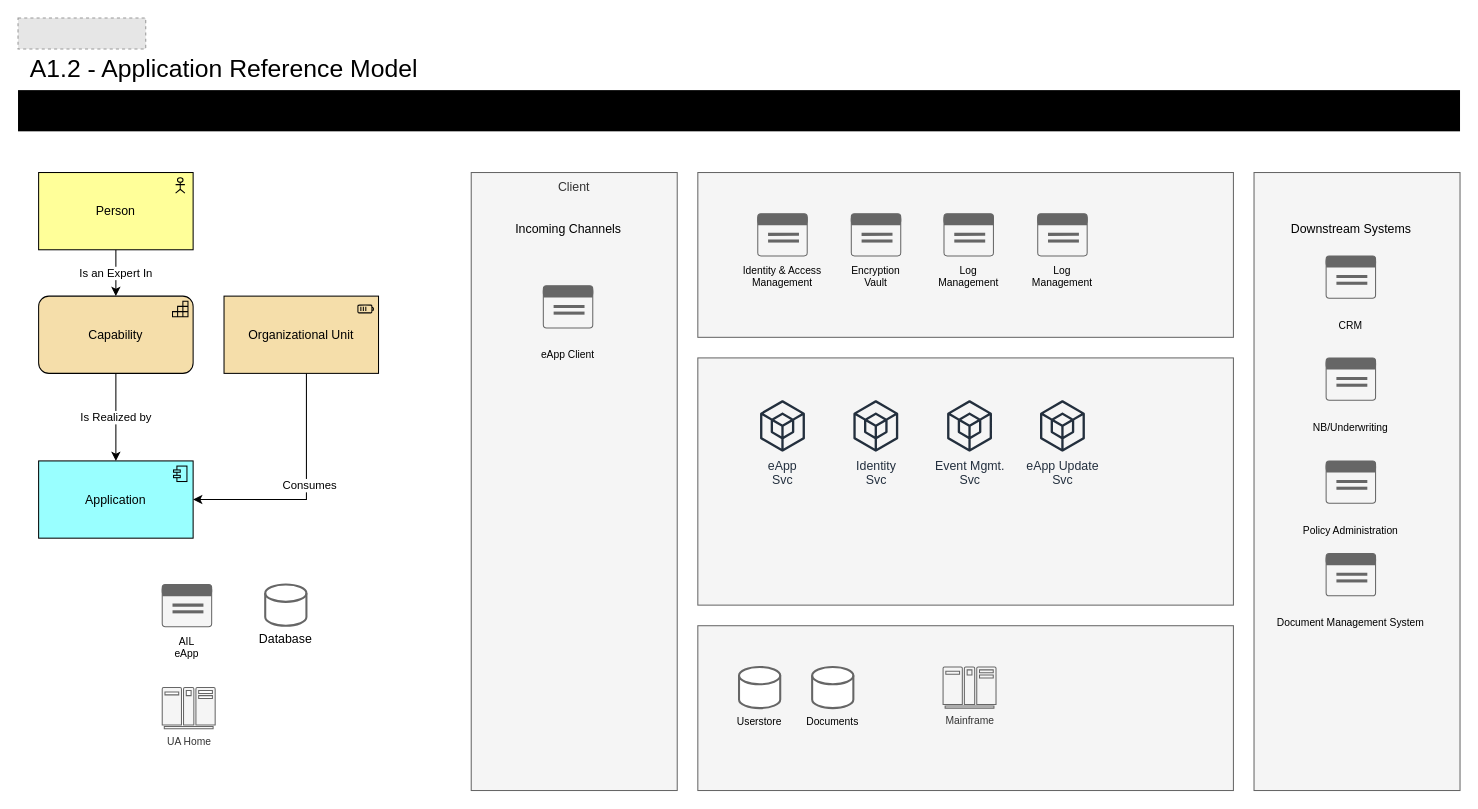
darrellcbrown/architecture-diagrams keeps this draw.io diagram as page "CE3" (5 of 11) of A1.2_ApplicationReferenceModel.drawio. Above is the earlier version. Source tidied: cells renumbered, new cells numbered last; positions are measured from the earlier drawing's top-left corner, leaving out a move shared by most shapes. Both pictures are drawn from the tidied source at 103%, with x=0, y=0 at pixel (18, 18). Pictures stored in the file or linked from it are replaced by grey dashed boxes.
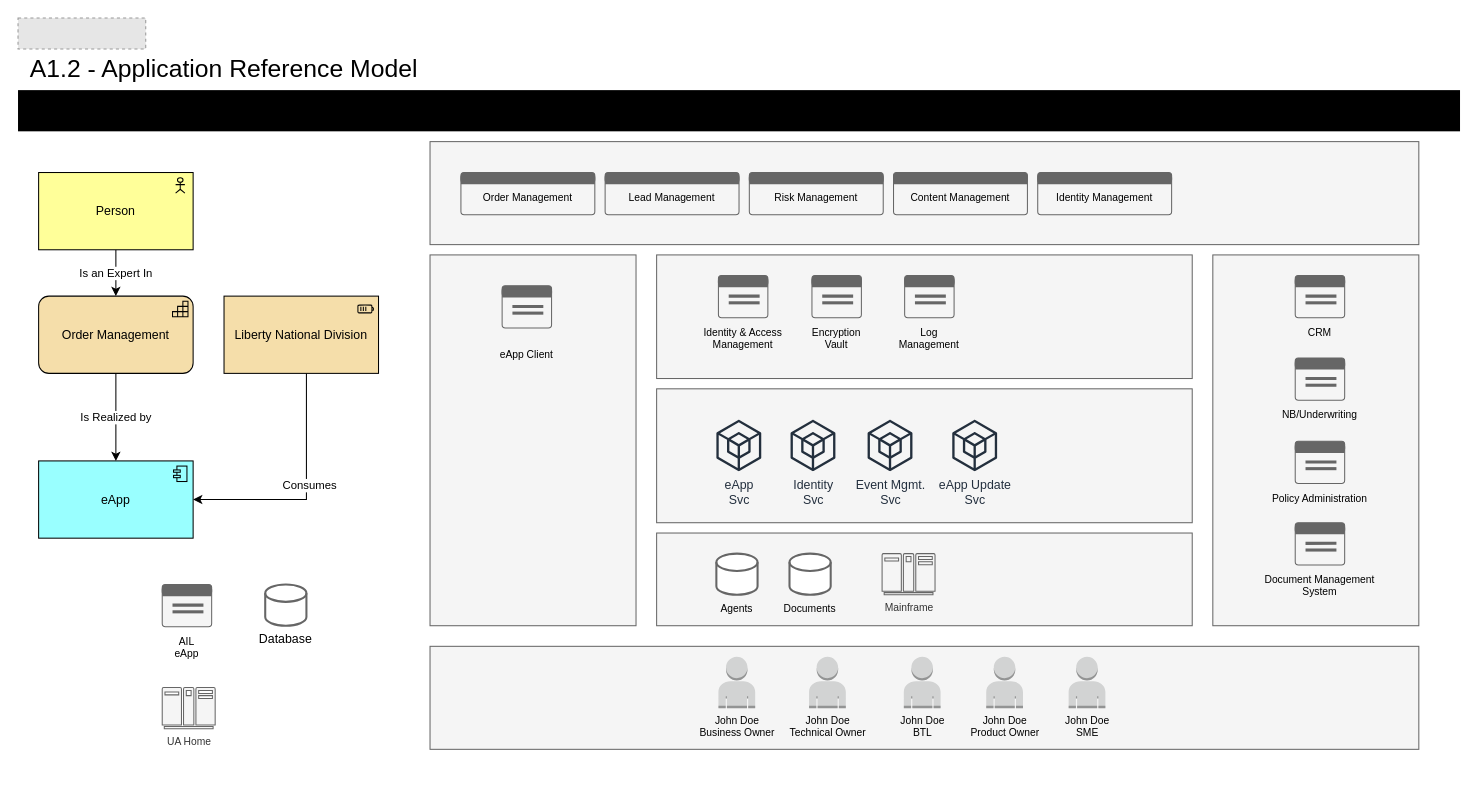
The same diagram, later.

Diff of the diagram source:
```diff
@@
-    <mxCell id="8" value="Capability" style="html=1;outlineConnect=0;whiteSpace=wrap;fillColor=#F5DEAA;shape=mxgraph.archimate3.application;appType=capability;archiType=rounded;" parent="5" vertex="1">
+    <mxCell id="8" value="Order Management" style="html=1;outlineConnect=0;whiteSpace=wrap;fillColor=#F5DEAA;shape=mxgraph.archimate3.application;appType=capability;archiType=rounded;" parent="5" vertex="1">
       <mxGeometry x="20" y="270" width="150" height="75" as="geometry" />
     </mxCell>
-    <mxCell id="9" value="Application" style="html=1;outlineConnect=0;whiteSpace=wrap;fillColor=#99ffff;shape=mxgraph.archimate3.application;appType=comp;archiType=square;" parent="5" vertex="1">
+    <mxCell id="9" value="eApp" style="html=1;outlineConnect=0;whiteSpace=wrap;fillColor=#99ffff;shape=mxgraph.archimate3.application;appType=comp;archiType=square;" parent="5" vertex="1">
       <mxGeometry x="20" y="430" width="150" height="75" as="geometry" />
     </mxCell>
@@
-    <mxCell id="11" value="Organizational Unit" style="html=1;outlineConnect=0;whiteSpace=wrap;fillColor=#F5DEAA;shape=mxgraph.archimate3.application;appType=resource;archiType=square;" parent="5" vertex="1">
+    <mxCell id="11" value="Liberty National Division" style="html=1;outlineConnect=0;whiteSpace=wrap;fillColor=#F5DEAA;shape=mxgraph.archimate3.application;appType=resource;archiType=square;" parent="5" vertex="1">
       <mxGeometry x="200" y="270" width="150" height="75" as="geometry" />
     </mxCell>
@@
-    <mxCell id="13" value="Client" style="rounded=0;whiteSpace=wrap;html=1;fillColor=#f5f5f5;fontColor=#333333;strokeColor=#666666;verticalAlign=top;" parent="5" vertex="1">
-      <mxGeometry x="440" y="150" width="200" height="600" as="geometry" />
+    <mxCell id="13" style="rounded=0;whiteSpace=wrap;html=1;fillColor=#f5f5f5;fontColor=#333333;strokeColor=#666666;verticalAlign=top;" parent="5" vertex="1">
+      <mxGeometry x="400" y="230" width="200" height="360" as="geometry" />
     </mxCell>
     <mxCell id="14" style="rounded=0;whiteSpace=wrap;html=1;fillColor=#f5f5f5;fontColor=#333333;strokeColor=#666666;" parent="5" vertex="1">
-      <mxGeometry x="660" y="150" width="520" height="160" as="geometry" />
+      <mxGeometry x="620" y="230" width="520" height="120" as="geometry" />
     </mxCell>
     <mxCell id="15" style="rounded=0;whiteSpace=wrap;html=1;fillColor=#f5f5f5;fontColor=#333333;strokeColor=#666666;" parent="5" vertex="1">
-      <mxGeometry x="1200" y="150" width="200" height="600" as="geometry" />
+      <mxGeometry x="1160" y="230" width="200" height="360" as="geometry" />
     </mxCell>
     <mxCell id="16" style="rounded=0;whiteSpace=wrap;html=1;fillColor=#f5f5f5;fontColor=#333333;strokeColor=#666666;" parent="5" vertex="1">
-      <mxGeometry x="660" y="330" width="520" height="240" as="geometry" />
+      <mxGeometry x="620" y="360" width="520" height="130" as="geometry" />
     </mxCell>
     <mxCell id="17" style="rounded=0;whiteSpace=wrap;html=1;fillColor=#f5f5f5;fontColor=#333333;strokeColor=#666666;" parent="5" vertex="1">
-      <mxGeometry x="660" y="590" width="520" height="160" as="geometry" />
+      <mxGeometry x="620" y="500" width="520" height="90" as="geometry" />
     </mxCell>
@@
     <mxCell id="19" value="eApp Client" style="group;verticalAlign=bottom;spacingBottom=-35;fontSize=10;" parent="18" vertex="1">
-      <mxGeometry x="510" y="260" width="48" height="41" as="geometry" />
+      <mxGeometry x="470" y="260" width="48" height="41" as="geometry" />
     </mxCell>
@@
-    <mxCell id="25" value="Userstore" style="shape=cylinder3;whiteSpace=wrap;html=1;boundedLbl=1;backgroundOutline=1;size=8.41379310344837;strokeWidth=2;strokeColor=#666666;verticalAlign=bottom;spacingBottom=-25;fontSize=10;" parent="18" vertex="1">
-      <mxGeometry x="700" y="630" width="40" height="40" as="geometry" />
+    <mxCell id="25" value="Agents" style="shape=cylinder3;whiteSpace=wrap;html=1;boundedLbl=1;backgroundOutline=1;size=8.41379310344837;strokeWidth=2;strokeColor=#666666;verticalAlign=bottom;spacingBottom=-25;fontSize=10;" parent="18" vertex="1">
+      <mxGeometry x="678" y="520" width="40" height="40" as="geometry" />
     </mxCell>
@@
     <mxCell id="34" value="Mainframe" style="sketch=0;shadow=0;dashed=0;html=1;strokeColor=#666666;fillColor=#f5f5f5;labelPosition=center;verticalLabelPosition=bottom;verticalAlign=top;align=center;shape=mxgraph.office.servers.mainframe;fontColor=#333333;fontSize=10;spacingBottom=0;spacingRight=0;" parent="18" vertex="1">
-      <mxGeometry x="898.1" y="630" width="51.4" height="40" as="geometry" />
+      <mxGeometry x="838.9" y="520" width="51.4" height="40" as="geometry" />
     </mxCell>
     <mxCell id="35" value="eApp&lt;br&gt;Svc" style="sketch=0;fontColor=#232F3E;gradientColor=none;fillColor=#232F3D;strokeColor=none;dashed=0;verticalLabelPosition=bottom;verticalAlign=top;align=center;html=1;fontSize=12;fontStyle=0;shape=mxgraph.aws4.external_sdk;" parent="18" vertex="1">
-      <mxGeometry x="720.4" y="371" width="43.6" height="50" as="geometry" />
+      <mxGeometry x="678" y="390" width="43.6" height="50" as="geometry" />
     </mxCell>
-    <mxCell id="36" value="CRM" style="group;verticalAlign=bottom;spacingBottom=-35;fontSize=10;" parent="18" vertex="1">
-      <mxGeometry x="1270" y="231" width="48" height="41" as="geometry" />
+    <mxCell id="36" value="CRM&#10;" style="group;verticalAlign=bottom;spacingBottom=-35;fontSize=10;" parent="18" vertex="1">
+      <mxGeometry x="1240" y="250" width="48" height="41" as="geometry" />
     </mxCell>
@@
-    <mxCell id="42" value="NB/Underwriting" style="group;verticalAlign=bottom;spacingBottom=-35;fontSize=10;" parent="18" vertex="1">
-      <mxGeometry x="1270" y="330" width="48" height="41" as="geometry" />
+    <mxCell id="42" value="NB/Underwriting&#10;" style="group;verticalAlign=bottom;spacingBottom=-35;fontSize=10;" parent="18" vertex="1">
+      <mxGeometry x="1240" y="330" width="48" height="41" as="geometry" />
     </mxCell>
@@
-    <mxCell id="48" value="Policy Administration" style="group;verticalAlign=bottom;spacingBottom=-35;fontSize=10;" parent="18" vertex="1">
-      <mxGeometry x="1270" y="430" width="48" height="41" as="geometry" />
+    <mxCell id="48" value="Policy Administration&#10;" style="group;verticalAlign=bottom;spacingBottom=-35;fontSize=10;" parent="18" vertex="1">
+      <mxGeometry x="1240" y="411" width="48" height="41" as="geometry" />
     </mxCell>
@@
-    <mxCell id="54" value="Document Management System" style="group;verticalAlign=bottom;spacingBottom=-35;fontSize=10;" parent="18" vertex="1">
-      <mxGeometry x="1270" y="520" width="48" height="41" as="geometry" />
+    <mxCell id="54" value="Document Management&#10;System" style="group;verticalAlign=bottom;spacingBottom=-35;fontSize=10;" parent="18" vertex="1">
+      <mxGeometry x="1240" y="490" width="48" height="41" as="geometry" />
     </mxCell>
@@
     <mxCell id="60" value="Identity&lt;br&gt;Svc" style="sketch=0;fontColor=#232F3E;gradientColor=none;fillColor=#232F3D;strokeColor=none;dashed=0;verticalLabelPosition=bottom;verticalAlign=top;align=center;html=1;fontSize=12;fontStyle=0;shape=mxgraph.aws4.external_sdk;" parent="18" vertex="1">
-      <mxGeometry x="811" y="371" width="43.6" height="50" as="geometry" />
+      <mxGeometry x="750" y="390" width="43.6" height="50" as="geometry" />
     </mxCell>
-    <mxCell id="61" value="Downstream Systems" style="text;html=1;align=center;verticalAlign=middle;strokeColor=none;fillColor=none;" parent="18" vertex="1">
-      <mxGeometry x="1224" y="190" width="140" height="30" as="geometry" />
-    </mxCell>
-    <mxCell id="62" value="Incoming Channels" style="text;html=1;align=center;verticalAlign=middle;strokeColor=none;fillColor=none;" parent="18" vertex="1">
-      <mxGeometry x="469" y="190" width="130" height="30" as="geometry" />
-    </mxCell>
     <mxCell id="63" value="Identity &amp; Access&#10;Management" style="group;verticalAlign=bottom;spacingBottom=-35;fontSize=10;" parent="18" vertex="1">
-      <mxGeometry x="718.2" y="190" width="48" height="41" as="geometry" />
+      <mxGeometry x="680" y="250" width="48" height="41" as="geometry" />
     </mxCell>
@@
     <mxCell id="69" value="Encryption&#10;Vault" style="group;verticalAlign=bottom;spacingBottom=-35;fontSize=10;" parent="18" vertex="1">
-      <mxGeometry x="809" y="190" width="48" height="41" as="geometry" />
+      <mxGeometry x="770.8" y="250" width="48" height="41" as="geometry" />
     </mxCell>
@@
     <mxCell id="75" value="Log&#10;Management" style="group;verticalAlign=bottom;spacingBottom=-35;fontSize=10;" parent="18" vertex="1">
-      <mxGeometry x="899" y="190" width="48" height="41" as="geometry" />
+      <mxGeometry x="860.8" y="250" width="48" height="41" as="geometry" />
     </mxCell>
@@
-    <mxCell id="81" value="Log&#10;Management" style="group;verticalAlign=bottom;spacingBottom=-35;fontSize=10;" parent="18" vertex="1">
-      <mxGeometry x="990" y="190" width="48" height="41" as="geometry" />
-    </mxCell>
-    <mxCell id="82" style="rounded=1;whiteSpace=wrap;html=1;fillColor=#f5f5f5;fontColor=#333333;strokeColor=#666666;arcSize=8;" parent="81" vertex="1">
-      <mxGeometry y="2" width="48" height="39" as="geometry" />
-    </mxCell>
-    <mxCell id="83" style="rounded=1;whiteSpace=wrap;html=1;fillColor=#666666;fontColor=#333333;strokeColor=#666666;arcSize=29;" parent="81" vertex="1">
-      <mxGeometry width="48" height="10" as="geometry" />
-    </mxCell>
-    <mxCell id="84" style="endArrow=none;html=1;rounded=0;entryX=1;entryY=0.25;entryDx=0;entryDy=0;exitX=0;exitY=0.25;exitDx=0;exitDy=0;strokeWidth=3;strokeColor=#666666;" parent="81" edge="1">
-      <mxGeometry relative="1" as="geometry">
-        <mxPoint y="9.8" as="sourcePoint" />
-        <mxPoint x="48" y="9.8" as="targetPoint" />
-      </mxGeometry>
-    </mxCell>
-    <mxCell id="85" style="endArrow=none;html=1;rounded=0;exitX=0.208;exitY=0.462;exitDx=0;exitDy=0;strokeWidth=3;strokeColor=#666666;exitPerimeter=0;" parent="81" edge="1" source="82">
-      <mxGeometry relative="1" as="geometry">
-        <mxPoint x="40" y="20" as="targetPoint" />
-      </mxGeometry>
-    </mxCell>
-    <mxCell id="86" style="endArrow=none;html=1;rounded=0;exitX=0.208;exitY=0.462;exitDx=0;exitDy=0;strokeWidth=3;strokeColor=#666666;exitPerimeter=0;" parent="81" edge="1">
-      <mxGeometry relative="1" as="geometry">
-        <mxPoint x="10" y="26.5" as="sourcePoint" />
-        <mxPoint x="40" y="26.5" as="targetPoint" />
-      </mxGeometry>
-    </mxCell>
     <mxCell id="87" value="Event Mgmt.&lt;br&gt;Svc" style="sketch=0;fontColor=#232F3E;gradientColor=none;fillColor=#232F3D;strokeColor=none;dashed=0;verticalLabelPosition=bottom;verticalAlign=top;align=center;html=1;fontSize=12;fontStyle=0;shape=mxgraph.aws4.external_sdk;" parent="18" vertex="1">
-      <mxGeometry x="902" y="371" width="43.6" height="50" as="geometry" />
+      <mxGeometry x="824.8" y="390" width="43.6" height="50" as="geometry" />
     </mxCell>
     <mxCell id="88" value="eApp Update&lt;br&gt;Svc" style="sketch=0;fontColor=#232F3E;gradientColor=none;fillColor=#232F3D;strokeColor=none;dashed=0;verticalLabelPosition=bottom;verticalAlign=top;align=center;html=1;fontSize=12;fontStyle=0;shape=mxgraph.aws4.external_sdk;" parent="18" vertex="1">
-      <mxGeometry x="992.2" y="371" width="43.6" height="50" as="geometry" />
+      <mxGeometry x="907" y="390" width="43.6" height="50" as="geometry" />
     </mxCell>
     <mxCell id="89" value="Documents" style="shape=cylinder3;whiteSpace=wrap;html=1;boundedLbl=1;backgroundOutline=1;size=8.41379310344837;strokeWidth=2;strokeColor=#666666;verticalAlign=bottom;spacingBottom=-25;fontSize=10;" parent="18" vertex="1">
-      <mxGeometry x="771" y="630" width="40" height="40" as="geometry" />
+      <mxGeometry x="749" y="520" width="40" height="40" as="geometry" />
     </mxCell>
+    <mxCell id="90" style="rounded=0;whiteSpace=wrap;html=1;fillColor=#f5f5f5;fontColor=#333333;strokeColor=#666666;" parent="18" vertex="1">
+      <mxGeometry x="400" y="120" width="960" height="100" as="geometry" />
+    </mxCell>
+    <mxCell id="91" value="Order Management" style="group;verticalAlign=bottom;spacingBottom=8;fontSize=10;" parent="18" vertex="1">
+      <mxGeometry x="430" y="150" width="130" height="41" as="geometry" />
+    </mxCell>
+    <mxCell id="92" style="rounded=1;whiteSpace=wrap;html=1;fillColor=none;fontColor=#333333;strokeColor=#666666;arcSize=8;" parent="91" vertex="1">
+      <mxGeometry y="2" width="130" height="39" as="geometry" />
+    </mxCell>
+    <mxCell id="93" style="rounded=1;whiteSpace=wrap;html=1;fillColor=#666666;fontColor=#333333;strokeColor=#666666;arcSize=29;" parent="91" vertex="1">
+      <mxGeometry width="130" height="10" as="geometry" />
+    </mxCell>
+    <mxCell id="94" style="endArrow=none;html=1;rounded=0;entryX=1;entryY=0.25;entryDx=0;entryDy=0;exitX=0;exitY=0.25;exitDx=0;exitDy=0;strokeWidth=3;strokeColor=#666666;" parent="91" edge="1">
+      <mxGeometry relative="1" as="geometry">
+        <mxPoint y="9.8" as="sourcePoint" />
+        <mxPoint x="130" y="9.8" as="targetPoint" />
+      </mxGeometry>
+    </mxCell>
+    <mxCell id="95" value="Lead Management" style="group;verticalAlign=bottom;spacingBottom=8;fontSize=10;" parent="18" vertex="1">
+      <mxGeometry x="570" y="150" width="130" height="41" as="geometry" />
+    </mxCell>
+    <mxCell id="96" style="rounded=1;whiteSpace=wrap;html=1;fillColor=none;fontColor=#333333;strokeColor=#666666;arcSize=8;" parent="95" vertex="1">
+      <mxGeometry y="2" width="130" height="39" as="geometry" />
+    </mxCell>
+    <mxCell id="97" style="rounded=1;whiteSpace=wrap;html=1;fillColor=#666666;fontColor=#333333;strokeColor=#666666;arcSize=29;" parent="95" vertex="1">
+      <mxGeometry width="130" height="10" as="geometry" />
+    </mxCell>
+    <mxCell id="98" style="endArrow=none;html=1;rounded=0;entryX=1;entryY=0.25;entryDx=0;entryDy=0;exitX=0;exitY=0.25;exitDx=0;exitDy=0;strokeWidth=3;strokeColor=#666666;" parent="95" edge="1">
+      <mxGeometry relative="1" as="geometry">
+        <mxPoint y="9.8" as="sourcePoint" />
+        <mxPoint x="130" y="9.8" as="targetPoint" />
+      </mxGeometry>
+    </mxCell>
+    <mxCell id="99" value="Risk Management" style="group;verticalAlign=bottom;spacingBottom=8;fontSize=10;" parent="18" vertex="1">
+      <mxGeometry x="710" y="150" width="130" height="41" as="geometry" />
+    </mxCell>
+    <mxCell id="100" style="rounded=1;whiteSpace=wrap;html=1;fillColor=none;fontColor=#333333;strokeColor=#666666;arcSize=8;" parent="99" vertex="1">
+      <mxGeometry y="2" width="130" height="39" as="geometry" />
+    </mxCell>
+    <mxCell id="101" style="rounded=1;whiteSpace=wrap;html=1;fillColor=#666666;fontColor=#333333;strokeColor=#666666;arcSize=29;" parent="99" vertex="1">
+      <mxGeometry width="130" height="10" as="geometry" />
+    </mxCell>
+    <mxCell id="102" style="endArrow=none;html=1;rounded=0;entryX=1;entryY=0.25;entryDx=0;entryDy=0;exitX=0;exitY=0.25;exitDx=0;exitDy=0;strokeWidth=3;strokeColor=#666666;" parent="99" edge="1">
+      <mxGeometry relative="1" as="geometry">
+        <mxPoint y="9.8" as="sourcePoint" />
+        <mxPoint x="130" y="9.8" as="targetPoint" />
+      </mxGeometry>
+    </mxCell>
+    <mxCell id="103" value="Content Management" style="group;verticalAlign=bottom;spacingBottom=8;fontSize=10;" parent="18" vertex="1">
+      <mxGeometry x="850" y="150" width="130" height="41" as="geometry" />
+    </mxCell>
+    <mxCell id="104" style="rounded=1;whiteSpace=wrap;html=1;fillColor=none;fontColor=#333333;strokeColor=#666666;arcSize=8;" parent="103" vertex="1">
+      <mxGeometry y="2" width="130" height="39" as="geometry" />
+    </mxCell>
+    <mxCell id="105" style="rounded=1;whiteSpace=wrap;html=1;fillColor=#666666;fontColor=#333333;strokeColor=#666666;arcSize=29;" parent="103" vertex="1">
+      <mxGeometry width="130" height="10" as="geometry" />
+    </mxCell>
+    <mxCell id="106" style="endArrow=none;html=1;rounded=0;entryX=1;entryY=0.25;entryDx=0;entryDy=0;exitX=0;exitY=0.25;exitDx=0;exitDy=0;strokeWidth=3;strokeColor=#666666;" parent="103" edge="1">
+      <mxGeometry relative="1" as="geometry">
+        <mxPoint y="9.8" as="sourcePoint" />
+        <mxPoint x="130" y="9.8" as="targetPoint" />
+      </mxGeometry>
+    </mxCell>
+    <mxCell id="107" value="Identity Management" style="group;verticalAlign=bottom;spacingBottom=8;fontSize=10;" parent="18" vertex="1">
+      <mxGeometry x="990" y="150" width="130" height="41" as="geometry" />
+    </mxCell>
+    <mxCell id="108" style="rounded=1;whiteSpace=wrap;html=1;fillColor=none;fontColor=#333333;strokeColor=#666666;arcSize=8;" parent="107" vertex="1">
+      <mxGeometry y="2" width="130" height="39" as="geometry" />
+    </mxCell>
+    <mxCell id="109" style="rounded=1;whiteSpace=wrap;html=1;fillColor=#666666;fontColor=#333333;strokeColor=#666666;arcSize=29;" parent="107" vertex="1">
+      <mxGeometry width="130" height="10" as="geometry" />
+    </mxCell>
+    <mxCell id="110" style="endArrow=none;html=1;rounded=0;entryX=1;entryY=0.25;entryDx=0;entryDy=0;exitX=0;exitY=0.25;exitDx=0;exitDy=0;strokeWidth=3;strokeColor=#666666;" parent="107" edge="1">
+      <mxGeometry relative="1" as="geometry">
+        <mxPoint y="9.8" as="sourcePoint" />
+        <mxPoint x="130" y="9.8" as="targetPoint" />
+      </mxGeometry>
+    </mxCell>
+    <mxCell id="111" style="rounded=0;whiteSpace=wrap;html=1;fillColor=#f5f5f5;fontColor=#333333;strokeColor=#666666;" parent="18" vertex="1">
+      <mxGeometry x="400" y="610" width="960" height="100" as="geometry" />
+    </mxCell>
+    <mxCell id="112" value="John Doe&lt;br style=&quot;font-size: 10px;&quot;&gt;Business Owner" style="dashed=0;verticalLabelPosition=bottom;verticalAlign=top;align=center;html=1;shape=mxgraph.aws3.user;fillColor=#D2D3D3;gradientColor=none;fontSize=10;" parent="18" vertex="1">
+      <mxGeometry x="680" y="620" width="35.7" height="50" as="geometry" />
+    </mxCell>
+    <mxCell id="113" value="John Doe&lt;div&gt;Technical Owner&lt;/div&gt;" style="dashed=0;verticalLabelPosition=bottom;verticalAlign=top;align=center;html=1;shape=mxgraph.aws3.user;fillColor=#D2D3D3;gradientColor=none;fontSize=10;" parent="18" vertex="1">
+      <mxGeometry x="768" y="620" width="35.7" height="50" as="geometry" />
+    </mxCell>
+    <mxCell id="114" value="John Doe&lt;br&gt;BTL" style="dashed=0;verticalLabelPosition=bottom;verticalAlign=top;align=center;html=1;shape=mxgraph.aws3.user;fillColor=#D2D3D3;gradientColor=none;fontSize=10;" parent="18" vertex="1">
+      <mxGeometry x="860" y="620" width="35.7" height="50" as="geometry" />
+    </mxCell>
+    <mxCell id="115" value="John Doe&lt;div&gt;Product Owner&lt;/div&gt;" style="dashed=0;verticalLabelPosition=bottom;verticalAlign=top;align=center;html=1;shape=mxgraph.aws3.user;fillColor=#D2D3D3;gradientColor=none;fontSize=10;" parent="18" vertex="1">
+      <mxGeometry x="940" y="620" width="35.7" height="50" as="geometry" />
+    </mxCell>
+    <mxCell id="116" value="John Doe&lt;div&gt;SME&lt;/div&gt;" style="dashed=0;verticalLabelPosition=bottom;verticalAlign=top;align=center;html=1;shape=mxgraph.aws3.user;fillColor=#D2D3D3;gradientColor=none;fontSize=10;" parent="18" vertex="1">
+      <mxGeometry x="1020" y="620" width="35.7" height="50" as="geometry" />
+    </mxCell>
```
